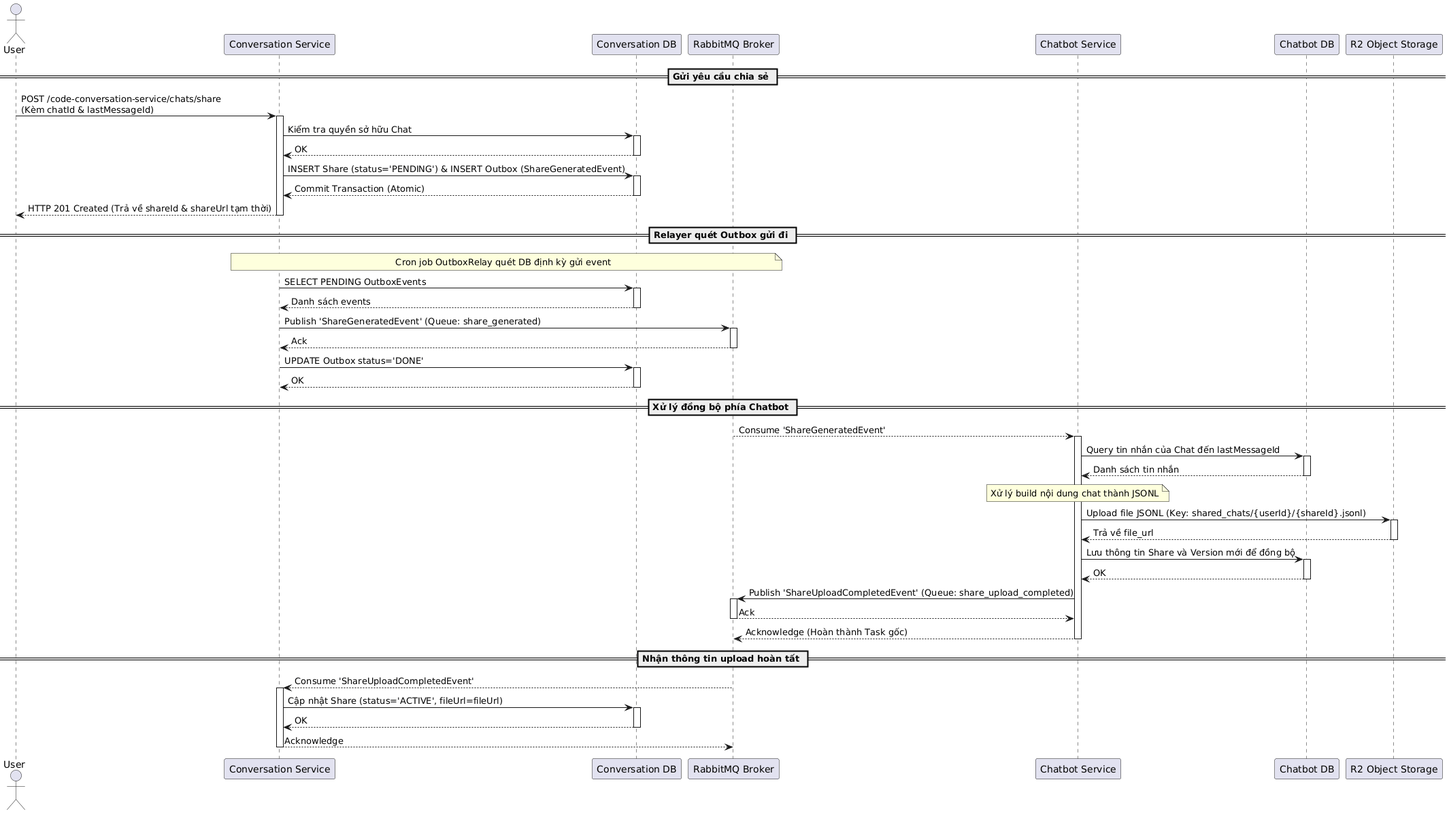
This is temp/05-sequence/UML-Sequence-19.png from 20206205Tech/docs-uml, a PlantUML export, as it was before one commit.
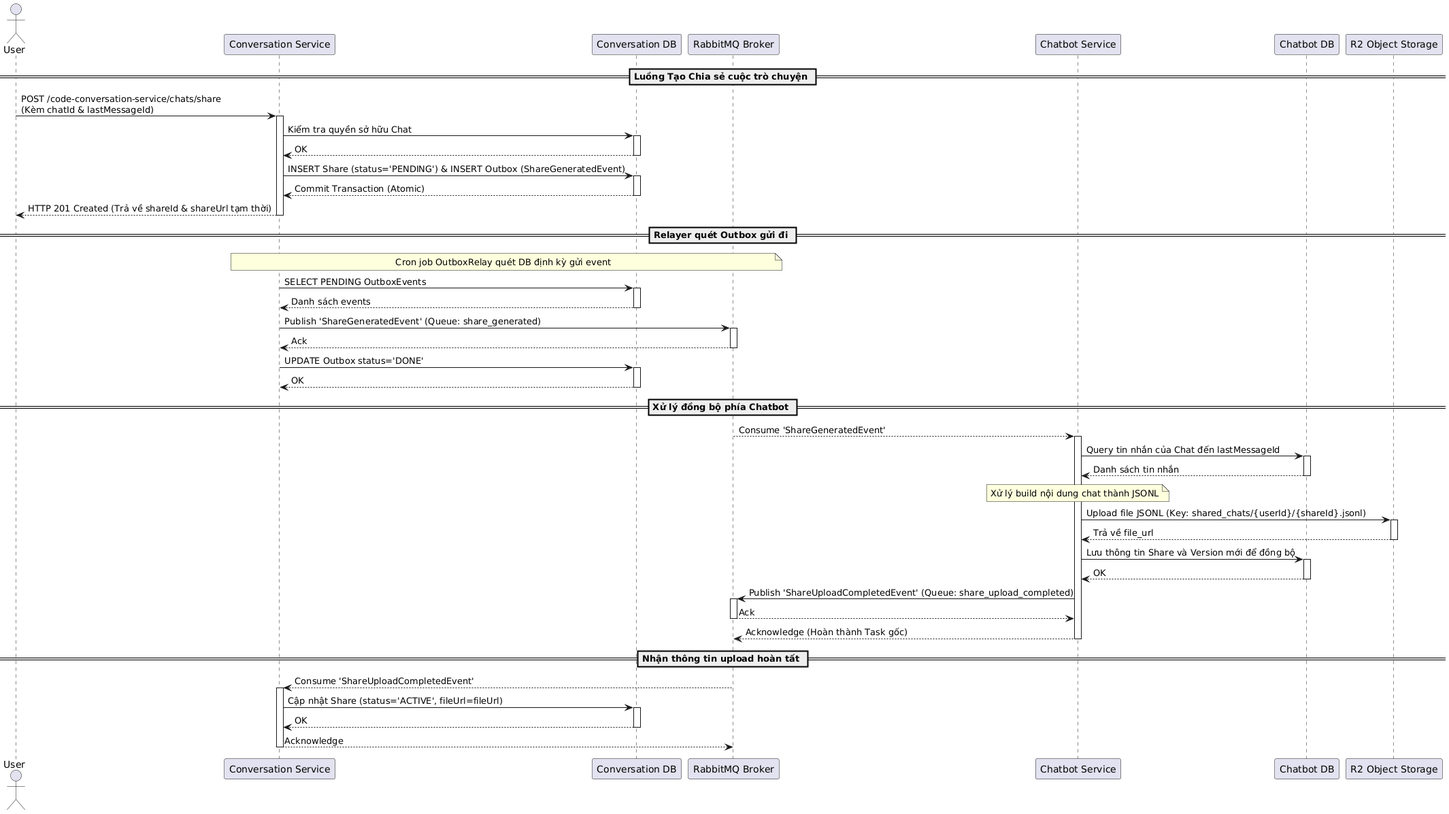
Later version of the same file.

The edit, as a diff of the source:
```diff
@@ -7,7 +7,7 @@
 participant "Chatbot DB" as ChatbotDB
 participant "R2 Object Storage" as R2
 
-== Gửi yêu cầu chia sẻ ==
+== Luồng Tạo Chia sẻ cuộc trò chuyện ==
 User -> Conv: POST /code-conversation-service/chats/share\n(Kèm chatId & lastMessageId)
 activate Conv
 
```
